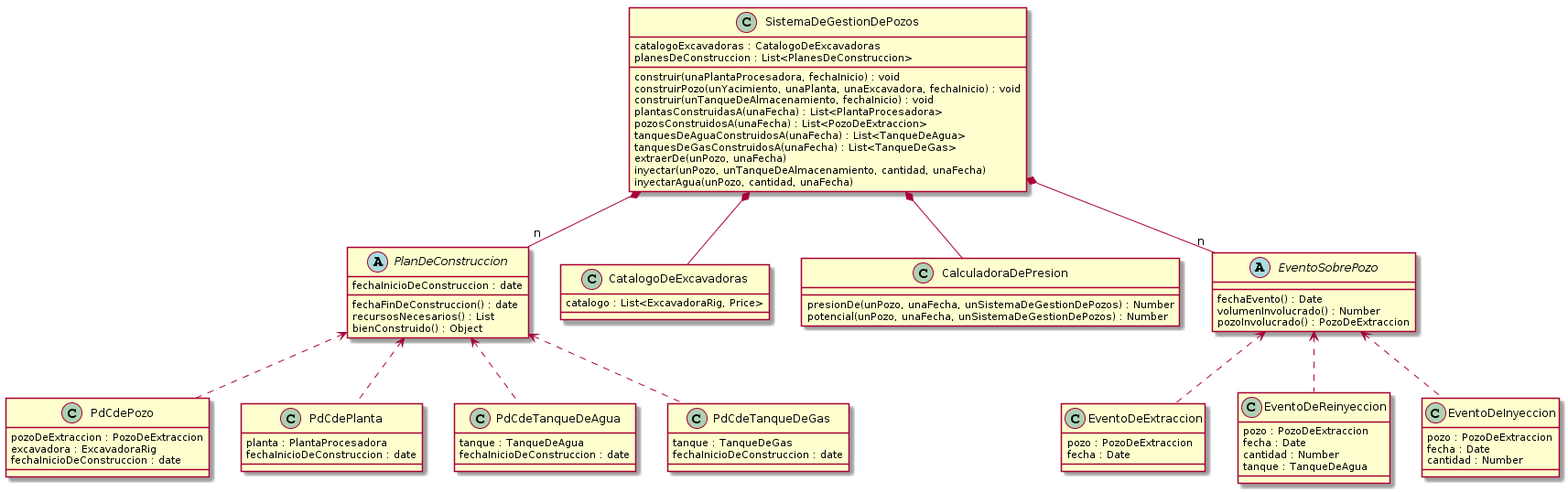
Before: informe/Partes/diagrama1.png, a diagram exported from PlantUML (lautaroalvarez/tp1-isw). The source it was exported from:
```plantuml
@startuml
abstract PlanDeConstruccion {
    fechaInicioDeConstruccion : date
    fechaFinDeConstruccion() : date
    recursosNecesarios() : List
    bienConstruido() : Object
}

class PdCdePozo {
    pozoDeExtraccion : PozoDeExtraccion
    excavadora : ExcavadoraRig
    fechaInicioDeConstruccion : date
}

class PdCdePlanta {
    planta : PlantaProcesadora
    fechaInicioDeConstruccion : date
}

class PdCdeTanqueDeAgua {
    tanque : TanqueDeAgua
    fechaInicioDeConstruccion : date
}

class PdCdeTanqueDeGas {
    tanque : TanqueDeGas
    fechaInicioDeConstruccion : date
}

class CatalogoDeExcavadoras {
    catalogo : List<ExcavadoraRig, Price>
}

class SistemaDeGestionDePozos {
    catalogoExcavadoras : CatalogoDeExcavadoras
    planesDeConstruccion : List<PlanesDeConstruccion>

    construir(unaPlantaProcesadora, fechaInicio) : void
    construirPozo(unYacimiento, unaPlanta, unaExcavadora, fechaInicio) : void
    construir(unTanqueDeAlmacenamiento, fechaInicio) : void

    plantasConstruidasA(unaFecha) : List<PlantaProcesadora>
    pozosConstruidosA(unaFecha) : List<PozoDeExtraccion>
    tanquesDeAguaConstruidosA(unaFecha) : List<TanqueDeAgua>
    tanquesDeGasConstruidosA(unaFecha) : List<TanqueDeGas>

    extraerDe(unPozo, unaFecha)
    inyectar(unPozo, unTanqueDeAlmacenamiento, cantidad, unaFecha)
    inyectarAgua(unPozo, cantidad, unaFecha)
}

class CalculadoraDePresion {
    presionDe(unPozo, unaFecha, unSistemaDeGestionDePozos) : Number
    potencial(unPozo, unaFecha, unSistemaDeGestionDePozos) : Number
}

abstract EventoSobrePozo {
    fechaEvento() : Date
    volumenInvolucrado() : Number
    pozoInvolucrado() : PozoDeExtraccion
}

class EventoDeExtraccion {
    pozo : PozoDeExtraccion
    fecha : Date
}

class EventoDeReinyeccion {
    pozo : PozoDeExtraccion
    fecha : Date
    cantidad : Number
    tanque : TanqueDeAgua
}

class EventoDeInyeccion {
    pozo : PozoDeExtraccion
    fecha : Date
    cantidad : Number
}


SistemaDeGestionDePozos *-- "n" PlanDeConstruccion
SistemaDeGestionDePozos *-- CalculadoraDePresion
SistemaDeGestionDePozos *-- "n" EventoSobrePozo
SistemaDeGestionDePozos *-- CatalogoDeExcavadoras

EventoSobrePozo <.. EventoDeExtraccion
EventoSobrePozo <.. EventoDeInyeccion
EventoSobrePozo <.. EventoDeReinyeccion

PlanDeConstruccion <.. PdCdePozo
PlanDeConstruccion <.. PdCdePlanta
PlanDeConstruccion <.. PdCdeTanqueDeAgua
PlanDeConstruccion <.. PdCdeTanqueDeGas
@enduml
```
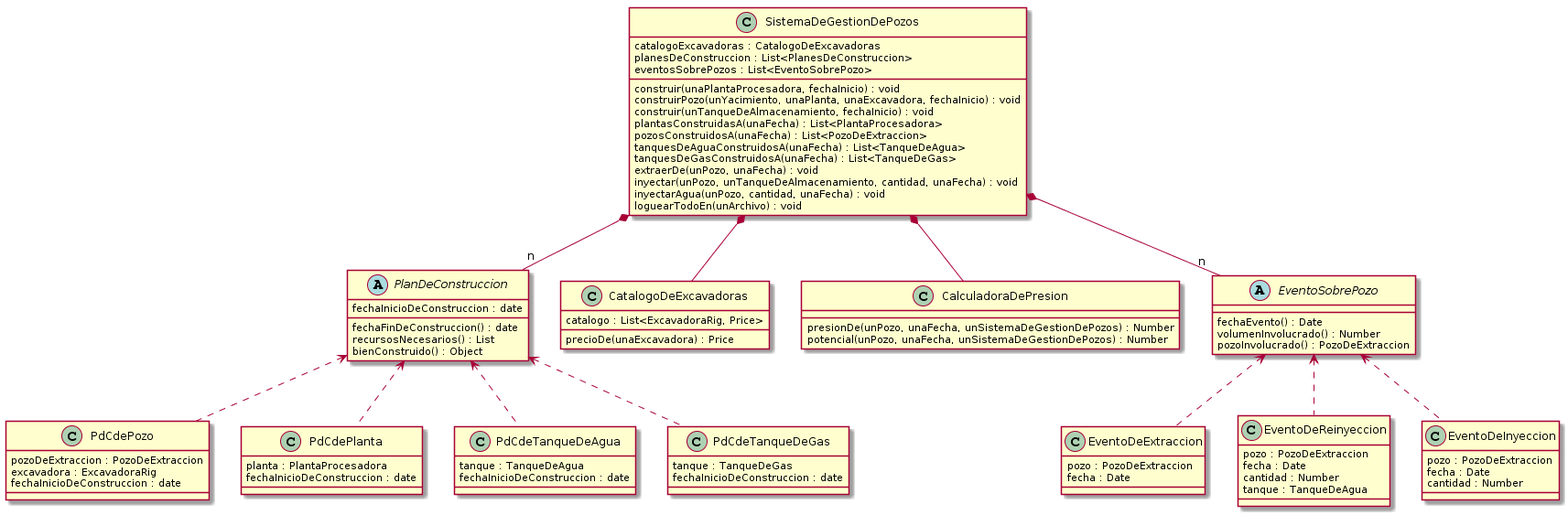
Above is the later version.

Commit message:
Explicacion Diagrama de Clases

What changed in the source:
```diff
@@ -29,11 +29,13 @@
 
 class CatalogoDeExcavadoras {
     catalogo : List<ExcavadoraRig, Price>
+    precioDe(unaExcavadora) : Price
 }
 
 class SistemaDeGestionDePozos {
     catalogoExcavadoras : CatalogoDeExcavadoras
     planesDeConstruccion : List<PlanesDeConstruccion>
+    eventosSobrePozos : List<EventoSobrePozo>
 
     construir(unaPlantaProcesadora, fechaInicio) : void
     construirPozo(unYacimiento, unaPlanta, unaExcavadora, fechaInicio) : void
@@ -44,9 +46,11 @@
     tanquesDeAguaConstruidosA(unaFecha) : List<TanqueDeAgua>
     tanquesDeGasConstruidosA(unaFecha) : List<TanqueDeGas>
 
-    extraerDe(unPozo, unaFecha)
-    inyectar(unPozo, unTanqueDeAlmacenamiento, cantidad, unaFecha)
-    inyectarAgua(unPozo, cantidad, unaFecha)
+    extraerDe(unPozo, unaFecha) : void
+    inyectar(unPozo, unTanqueDeAlmacenamiento, cantidad, unaFecha) : void
+    inyectarAgua(unPozo, cantidad, unaFecha) : void
+
+    loguearTodoEn(unArchivo) : void
 }
 
 class CalculadoraDePresion {
```
